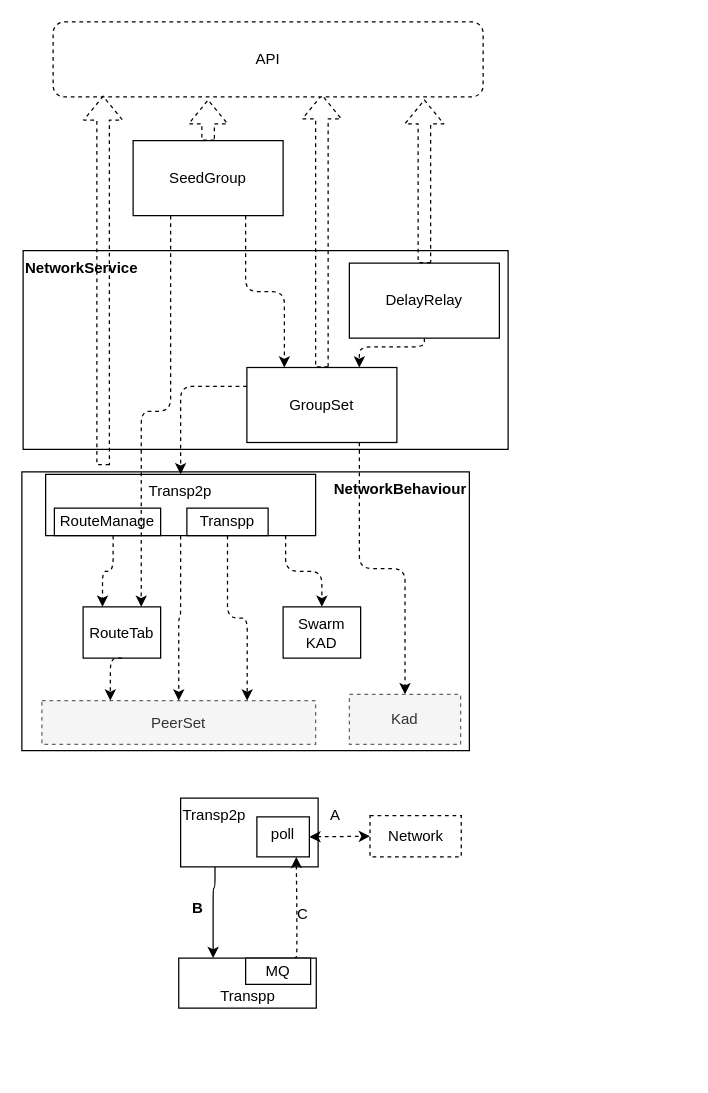
Before: page "Page-5" (5 of 10) of 设计说明/system.drawio in plotozhu/PynxDoc, a draw.io diagram. Source tidied: cells renumbered, new cells numbered last; positions are measured from the earlier drawing's top-left corner, leaving out a move shared by most shapes. Both pictures are drawn from the tidied source at 125%, with x=0, y=0 at pixel (21, 21).
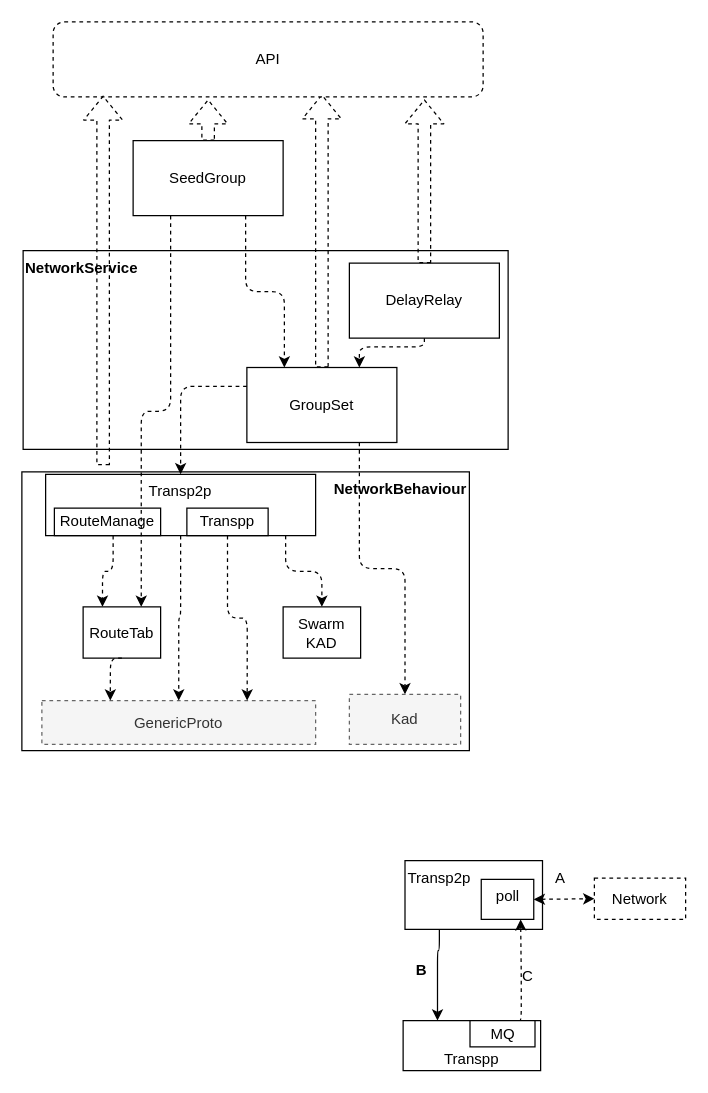
The same page after the edit.

The edit, as a diff of the source:
```diff
@@
     <mxCell id="2" value="Transp2p" style="rounded=0;whiteSpace=wrap;html=1;strokeColor=#000000;fillColor=none;align=left;verticalAlign=top;" parent="1" vertex="1">
-      <mxGeometry x="127" y="621" width="110" height="55" as="geometry" />
+      <mxGeometry x="306.5" y="671" width="110" height="55" as="geometry" />
     </mxCell>
@@
-    <mxCell id="5" value="PeerSet" style="rounded=0;whiteSpace=wrap;html=1;strokeColor=#666666;fillColor=#f5f5f5;align=center;dashed=1;fontColor=#333333;" parent="1" vertex="1">
+    <mxCell id="5" value="GenericProto" style="rounded=0;whiteSpace=wrap;html=1;strokeColor=#666666;fillColor=#f5f5f5;align=center;dashed=1;fontColor=#333333;" parent="1" vertex="1">
       <mxGeometry x="16" y="543" width="219" height="35" as="geometry" />
     </mxCell>
@@
     <mxCell id="29" value="Transpp" style="rounded=0;whiteSpace=wrap;html=1;strokeColor=#000000;fillColor=none;align=center;verticalAlign=bottom;" parent="1" vertex="1">
-      <mxGeometry x="125.5" y="749" width="110" height="40" as="geometry" />
+      <mxGeometry x="305" y="799" width="110" height="40" as="geometry" />
     </mxCell>
     <mxCell id="30" value="poll" style="rounded=0;whiteSpace=wrap;html=1;align=center;verticalAlign=top;" parent="1" vertex="1">
-      <mxGeometry x="188" y="636" width="42" height="32" as="geometry" />
+      <mxGeometry x="367.5" y="686" width="42" height="32" as="geometry" />
     </mxCell>
     <mxCell id="31" style="endArrow=classic;html=1;exitX=0.25;exitY=1;exitDx=0;exitDy=0;entryX=0.25;entryY=0;entryDx=0;entryDy=0;edgeStyle=orthogonalEdgeStyle;" parent="1" edge="1" source="2" target="29">
       <mxGeometry relative="1" as="geometry">
         <Array as="points">
-          <mxPoint x="155" y="693" />
-          <mxPoint x="153" y="693" />
+          <mxPoint x="334.5" y="743" />
+          <mxPoint x="332.5" y="743" />
         </Array>
       </mxGeometry>
     </mxCell>
     <mxCell id="32" value="&lt;b&gt;B&lt;/b&gt;" style="text;html=1;strokeColor=none;fillColor=none;align=center;verticalAlign=middle;whiteSpace=wrap;rounded=0;" parent="1" vertex="1">
-      <mxGeometry x="120.5" y="698.5" width="40" height="20" as="geometry" />
+      <mxGeometry x="300" y="748.5" width="40" height="20" as="geometry" />
     </mxCell>
     <mxCell id="33" value="C" style="text;html=1;strokeColor=none;fillColor=none;align=center;verticalAlign=middle;whiteSpace=wrap;rounded=0;" parent="1" vertex="1">
-      <mxGeometry x="205" y="703.5" width="40" height="20" as="geometry" />
+      <mxGeometry x="384.5" y="753.5" width="40" height="20" as="geometry" />
     </mxCell>
     <mxCell id="34" value="Network" style="rounded=0;whiteSpace=wrap;html=1;align=center;dashed=1;" parent="1" vertex="1">
-      <mxGeometry x="278.5" y="635" width="73" height="33" as="geometry" />
+      <mxGeometry x="458" y="685" width="73" height="33" as="geometry" />
     </mxCell>
     <mxCell id="35" style="endArrow=classic;html=1;exitX=0.75;exitY=0;exitDx=0;exitDy=0;dashed=1;edgeStyle=orthogonalEdgeStyle;entryX=0.75;entryY=1;entryDx=0;entryDy=0;" parent="1" edge="1" source="36" target="30">
       <mxGeometry relative="1" as="geometry">
         <Array as="points">
-          <mxPoint x="220" y="749" />
-          <mxPoint x="220" y="711" />
+          <mxPoint x="399.5" y="799" />
+          <mxPoint x="399.5" y="761" />
         </Array>
       </mxGeometry>
     </mxCell>
     <mxCell id="36" value="MQ" style="rounded=0;whiteSpace=wrap;html=1;align=center;" parent="1" vertex="1">
-      <mxGeometry x="179" y="749" width="52" height="21" as="geometry" />
+      <mxGeometry x="358.5" y="799" width="52" height="21" as="geometry" />
     </mxCell>
@@
     <mxCell id="38" value="A" style="text;html=1;strokeColor=none;fillColor=none;align=center;verticalAlign=middle;whiteSpace=wrap;rounded=0;dashed=1;" parent="1" vertex="1">
-      <mxGeometry x="231" y="624.5" width="40" height="20" as="geometry" />
+      <mxGeometry x="410.5" y="674.5" width="40" height="20" as="geometry" />
     </mxCell>
```
